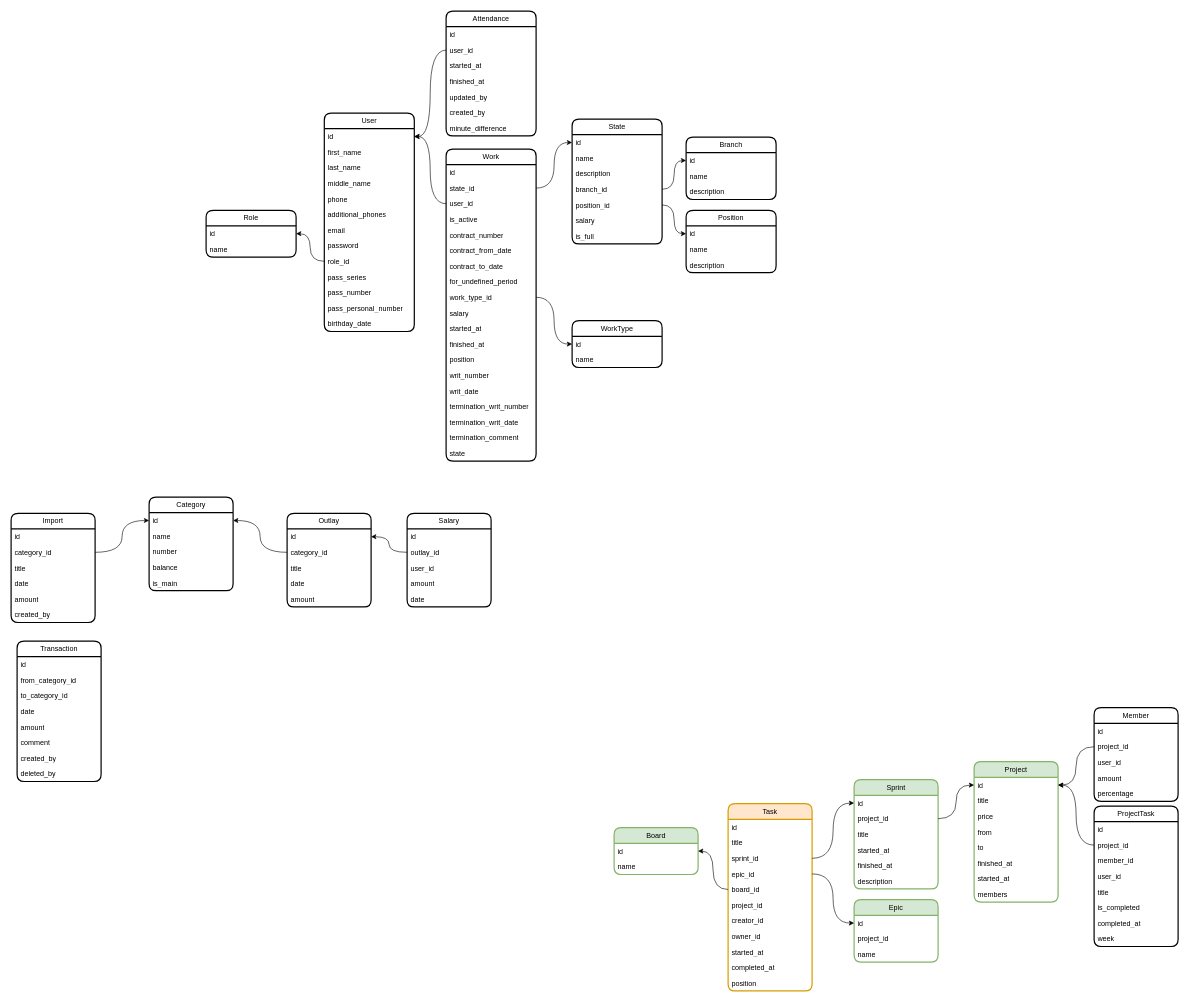
This is page "main" (1 of 4) of Karsoft.drawio from iztileuoff/databases, a draw.io file, before an edit. Source tidied: cells renumbered, new cells numbered last; positions are measured from the earlier drawing's top-left corner, leaving out a move shared by most shapes. Both pictures are drawn from the tidied source at 60%, with x=0, y=0 at pixel (11, 11).
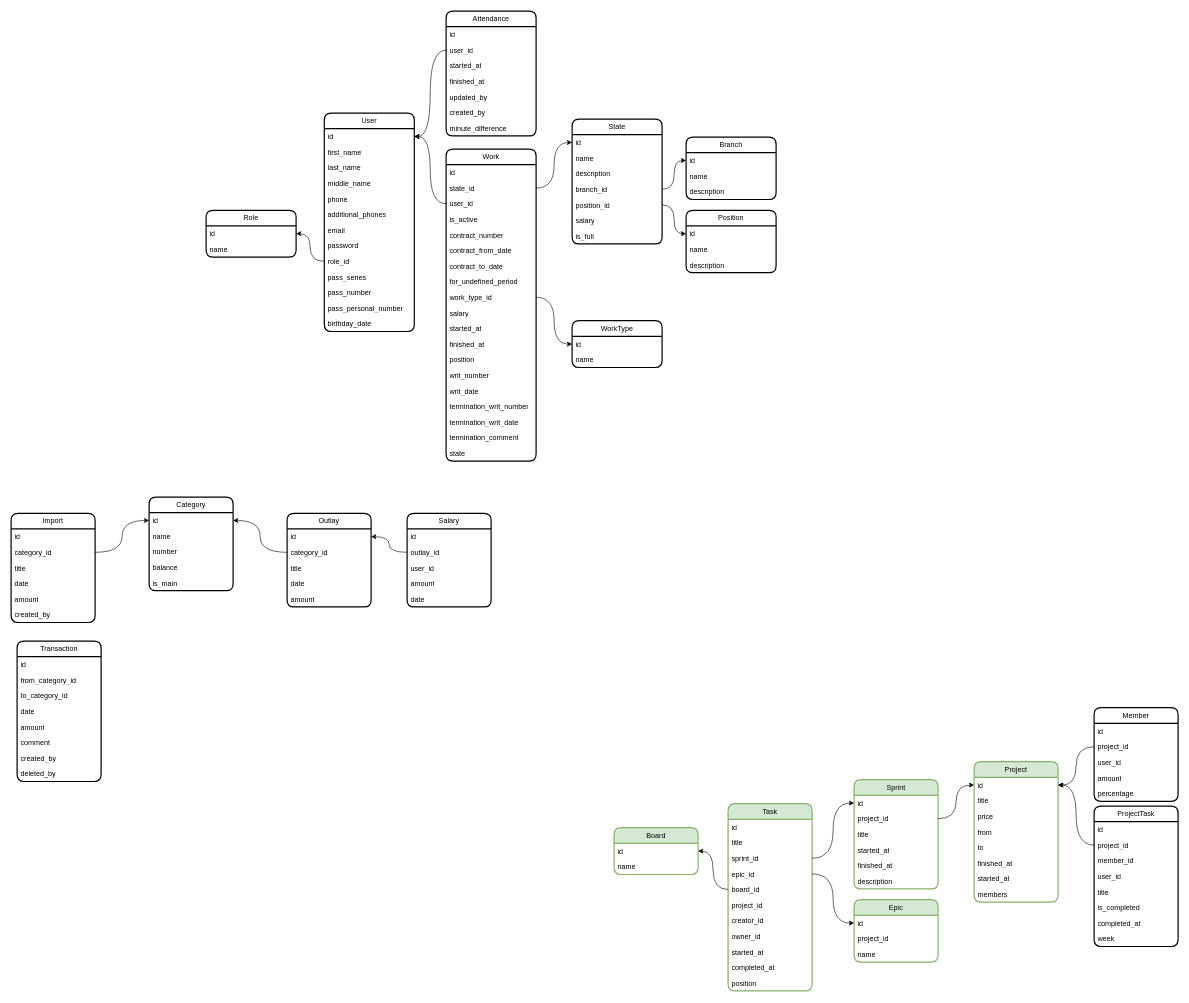
The same page after the edit.

The edit, as a diff of the source:
```diff
@@
-    <mxCell id="147" value="Task" style="swimlane;fontStyle=0;horizontal=1;startSize=26;fillColor=#ffe6cc;whiteSpace=wrap;html=1;rounded=1;shadow=0;glass=0;strokeWidth=2;strokeColor=#d79b00;" parent="1" vertex="1">
+    <mxCell id="147" value="Task" style="swimlane;fontStyle=0;horizontal=1;startSize=26;fillColor=#d5e8d4;whiteSpace=wrap;html=1;rounded=1;shadow=0;glass=0;strokeWidth=2;strokeColor=#82b366;" parent="1" vertex="1">
       <mxGeometry x="1195" y="1321" width="140" height="312" as="geometry" />
     </mxCell>
```
